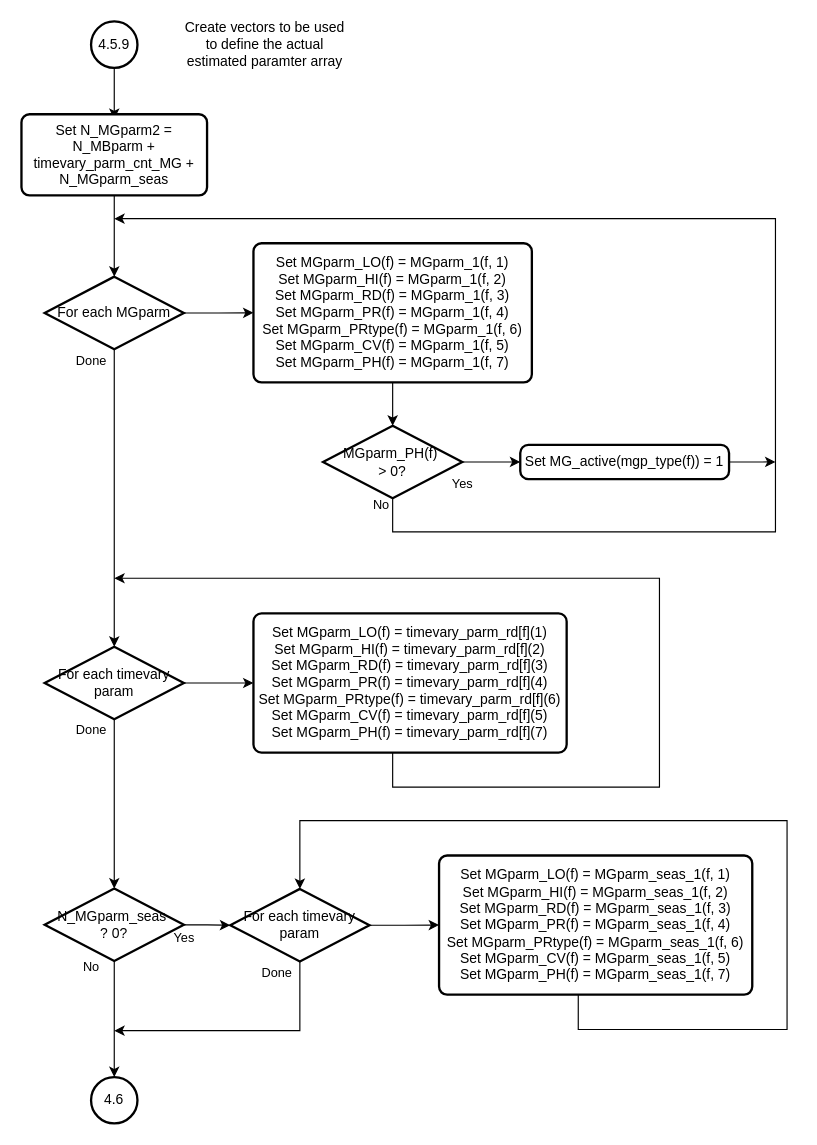
Above: readControl_4-5-9.drawio in nmfs-ost/ss3-flowcharts (draw.io), before the change. Source tidied: cells renumbered, new cells numbered last; positions are measured from the earlier drawing's top-left corner, leaving out a move shared by most shapes. Both pictures are drawn from the tidied source at 116%, with x=0, y=0 at pixel (21, 21).
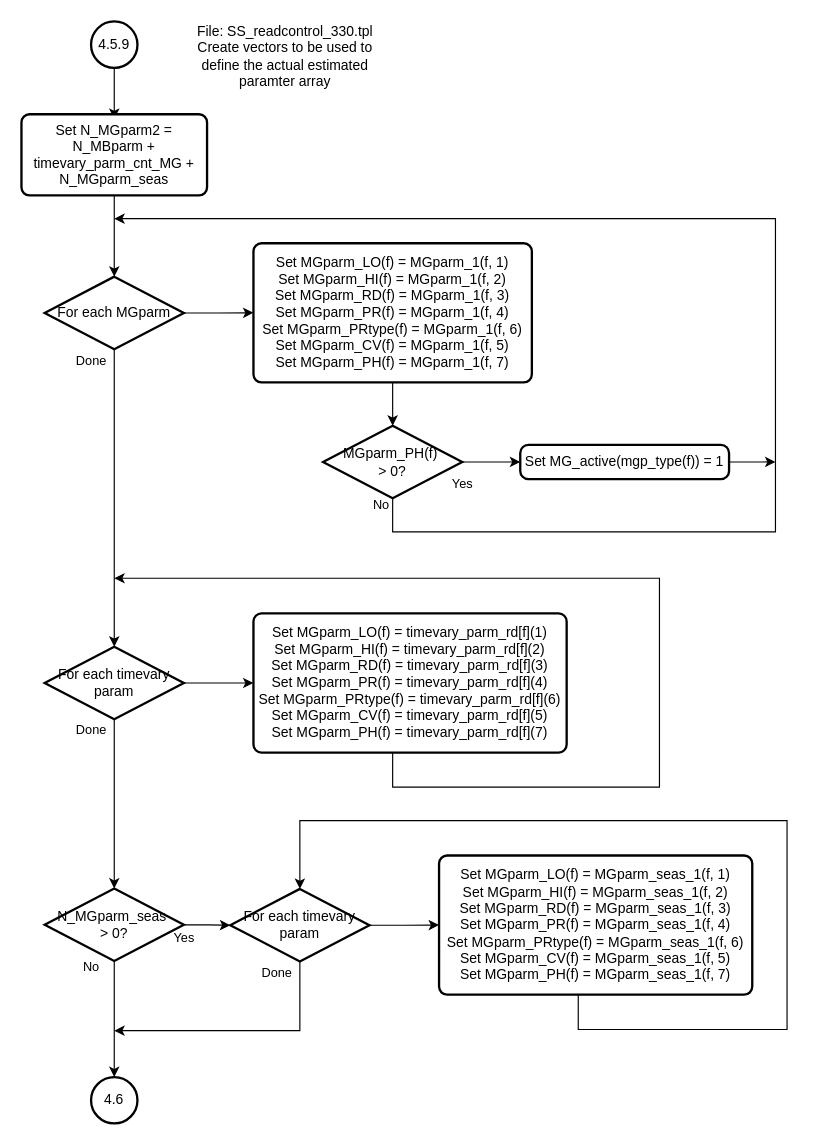
After the change.

Change to the diagram source:
```diff
@@
-    <mxCell id="4" value="Create vectors to be used to define the actual estimated paramter array" style="text;html=1;strokeColor=none;fillColor=none;align=center;verticalAlign=middle;whiteSpace=wrap;rounded=0;" parent="1" vertex="1">
-      <mxGeometry x="135" width="150" height="40" as="geometry" />
+    <mxCell id="4" value="File: SS_readcontrol_330.tpl&lt;br&gt;Create vectors to be used to define the actual estimated paramter array" style="text;html=1;strokeColor=none;fillColor=none;align=center;verticalAlign=middle;whiteSpace=wrap;rounded=0;" parent="1" vertex="1">
+      <mxGeometry x="140" width="175" height="60" as="geometry" />
     </mxCell>
@@
-    <mxCell id="15" value="N_MGparm_seas&amp;nbsp;&lt;br&gt;? 0?" style="strokeWidth=2;html=1;shape=mxgraph.flowchart.decision;whiteSpace=wrap;" parent="1" vertex="1">
+    <mxCell id="15" value="N_MGparm_seas&amp;nbsp;&lt;br&gt;&amp;gt; 0?" style="strokeWidth=2;html=1;shape=mxgraph.flowchart.decision;whiteSpace=wrap;" parent="1" vertex="1">
       <mxGeometry x="20" y="747.5" width="120" height="62.5" as="geometry" />
     </mxCell>
```
